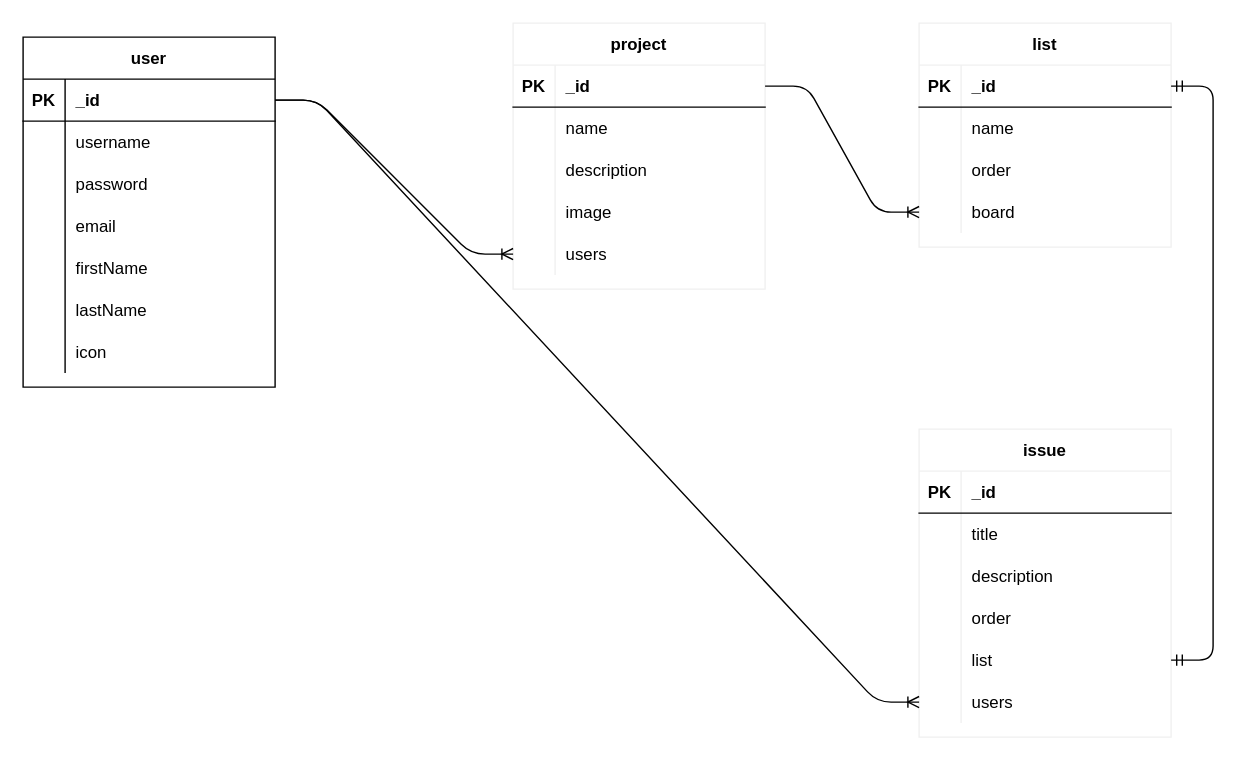
Before: backend/database.drawio in Victin09/vira-project-manager, a draw.io diagram. Source tidied: cells renumbered, new cells numbered last; positions are measured from the earlier drawing's top-left corner, leaving out a move shared by most shapes. Both pictures are drawn from the tidied source at 140%, with x=0, y=0 at pixel (22, 22).
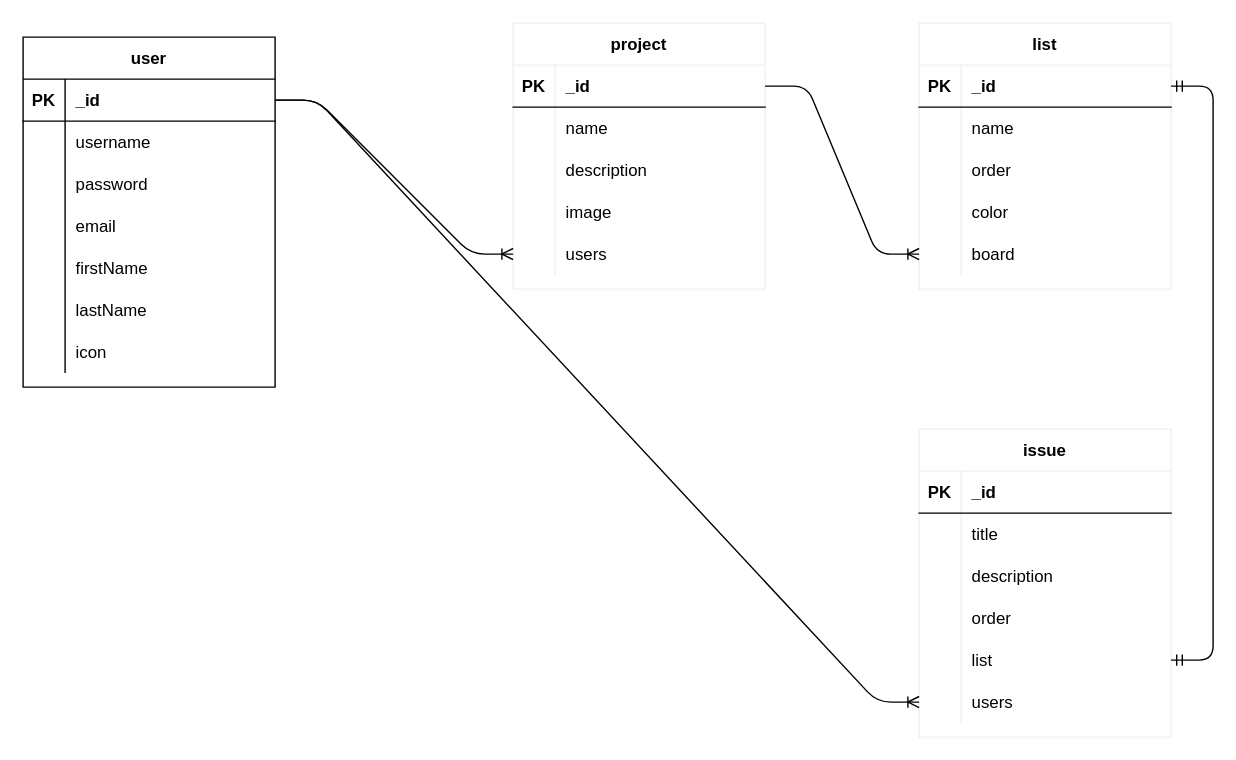
Above is the later version.

Change to the diagram source:
```diff
@@
     <mxCell id="41" value="list" style="shape=table;startSize=30;childLayout=tableLayout;rowLines=0;fontStyle=1;align=center;strokeColor=#f0f0f0;" parent="1" vertex="1">
-      <mxGeometry x="640" width="180" height="160" as="geometry" />
+      <mxGeometry x="640" width="180" height="190" as="geometry" />
     </mxCell>
@@
+    <mxCell id="76" style="shape=partialRectangle;fillColor=none;top=0;left=0;bottom=0;right=0;" parent="41" vertex="1">
+      <mxGeometry y="120" width="180" height="30" as="geometry" />
+    </mxCell>
+    <mxCell id="77" style="shape=partialRectangle;fillColor=none;top=0;left=0;bottom=0;right=0;overflow=hidden;" parent="76" vertex="1">
+      <mxGeometry width="30" height="30" as="geometry" />
+    </mxCell>
+    <mxCell id="78" value="color" style="shape=partialRectangle;fillColor=none;top=0;left=0;bottom=0;right=0;align=left;spacingLeft=6;overflow=hidden;" parent="76" vertex="1">
+      <mxGeometry x="30" width="150" height="30" as="geometry" />
+    </mxCell>
     <mxCell id="51" style="shape=partialRectangle;fillColor=none;top=0;left=0;bottom=0;right=0;points=[[0,0.5],[1,0.5]];portConstraint=eastwest;" parent="41" vertex="1">
-      <mxGeometry y="120" width="180" height="30" as="geometry" />
+      <mxGeometry y="150" width="180" height="30" as="geometry" />
     </mxCell>
```
